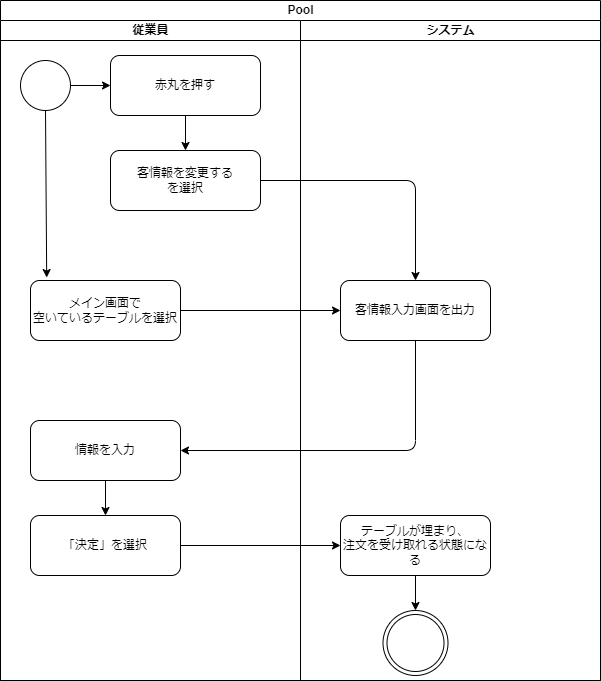
MasakiHiguchi/--- keeps this draw.io diagram as psp4/アクティビティ図_新規客.drawio.png. Above is the earlier version. Source tidied: cells renumbered, new cells last; positions are measured from the earlier drawing's top-left corner, leaving out a move shared by most shapes.
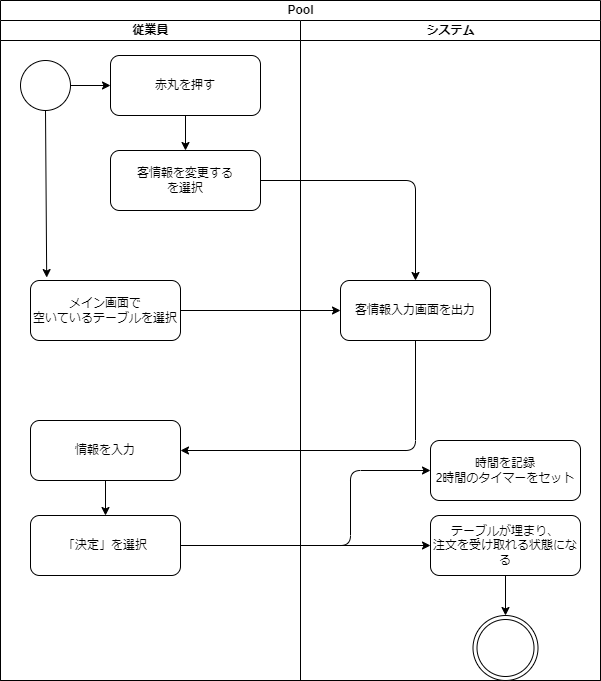
Later version of the same file.

What changed in the source:
```diff
@@ -45,14 +45,17 @@
       <mxGeometry x="40" y="260" width="150" height="60" as="geometry" />
     </mxCell>
     <mxCell id="16" value="テーブルが埋まり、&lt;br&gt;注文を受け取れる状態になる" style="rounded=1;whiteSpace=wrap;html=1;" parent="14" vertex="1">
-      <mxGeometry x="40" y="495" width="150" height="60" as="geometry" />
+      <mxGeometry x="130" y="495" width="150" height="60" as="geometry" />
     </mxCell>
     <mxCell id="17" style="ellipse;shape=doubleEllipse;whiteSpace=wrap;html=1;" parent="14" vertex="1">
-      <mxGeometry x="82.5" y="590" width="65" height="65" as="geometry" />
+      <mxGeometry x="172.5" y="595" width="65" height="65" as="geometry" />
     </mxCell>
     <mxCell id="18" style="endArrow=classic;html=1;exitX=0.5;exitY=1;exitDx=0;exitDy=0;entryX=0.5;entryY=0;entryDx=0;entryDy=0;" parent="14" edge="1" source="16" target="17">
       <mxGeometry relative="1" as="geometry" />
     </mxCell>
+    <mxCell id="23" value="時間を記録&lt;br&gt;2時間のタイマーをセット" style="rounded=1;whiteSpace=wrap;html=1;" parent="14" vertex="1">
+      <mxGeometry x="130" y="420" width="150" height="60" as="geometry" />
+    </mxCell>
     <mxCell id="19" style="endArrow=classic;html=1;exitX=0.5;exitY=1;exitDx=0;exitDy=0;entryX=1;entryY=0.5;entryDx=0;entryDy=0;" parent="2" edge="1" source="15" target="7">
       <mxGeometry relative="1" as="geometry">
         <Array as="points">
@@ -60,8 +63,10 @@
         </Array>
       </mxGeometry>
     </mxCell>
-    <mxCell id="20" style="endArrow=classic;html=1;exitX=1;exitY=0.5;exitDx=0;exitDy=0;entryX=0;entryY=0.5;entryDx=0;entryDy=0;" parent="2" edge="1" source="8" target="16">
-      <mxGeometry relative="1" as="geometry" />
+    <mxCell id="20" style="endArrow=classic;html=1;entryX=0;entryY=0.5;entryDx=0;entryDy=0;" parent="2" edge="1" target="16">
+      <mxGeometry relative="1" as="geometry">
+        <mxPoint x="180" y="545" as="sourcePoint" />
+      </mxGeometry>
     </mxCell>
     <mxCell id="21" style="endArrow=classic;html=1;exitX=1;exitY=0.5;exitDx=0;exitDy=0;entryX=0;entryY=0.5;entryDx=0;entryDy=0;" parent="2" edge="1" source="5" target="15">
       <mxGeometry relative="1" as="geometry" />
@@ -73,5 +78,13 @@
         </Array>
       </mxGeometry>
     </mxCell>
+    <mxCell id="24" style="edgeStyle=none;html=1;exitX=1;exitY=0.5;exitDx=0;exitDy=0;entryX=0;entryY=0.5;entryDx=0;entryDy=0;" parent="2" edge="1" source="8" target="23">
+      <mxGeometry relative="1" as="geometry">
+        <Array as="points">
+          <mxPoint x="350" y="545" />
+          <mxPoint x="350" y="470" />
+        </Array>
+      </mxGeometry>
+    </mxCell>
   </root>
 </mxGraphModel>
```
